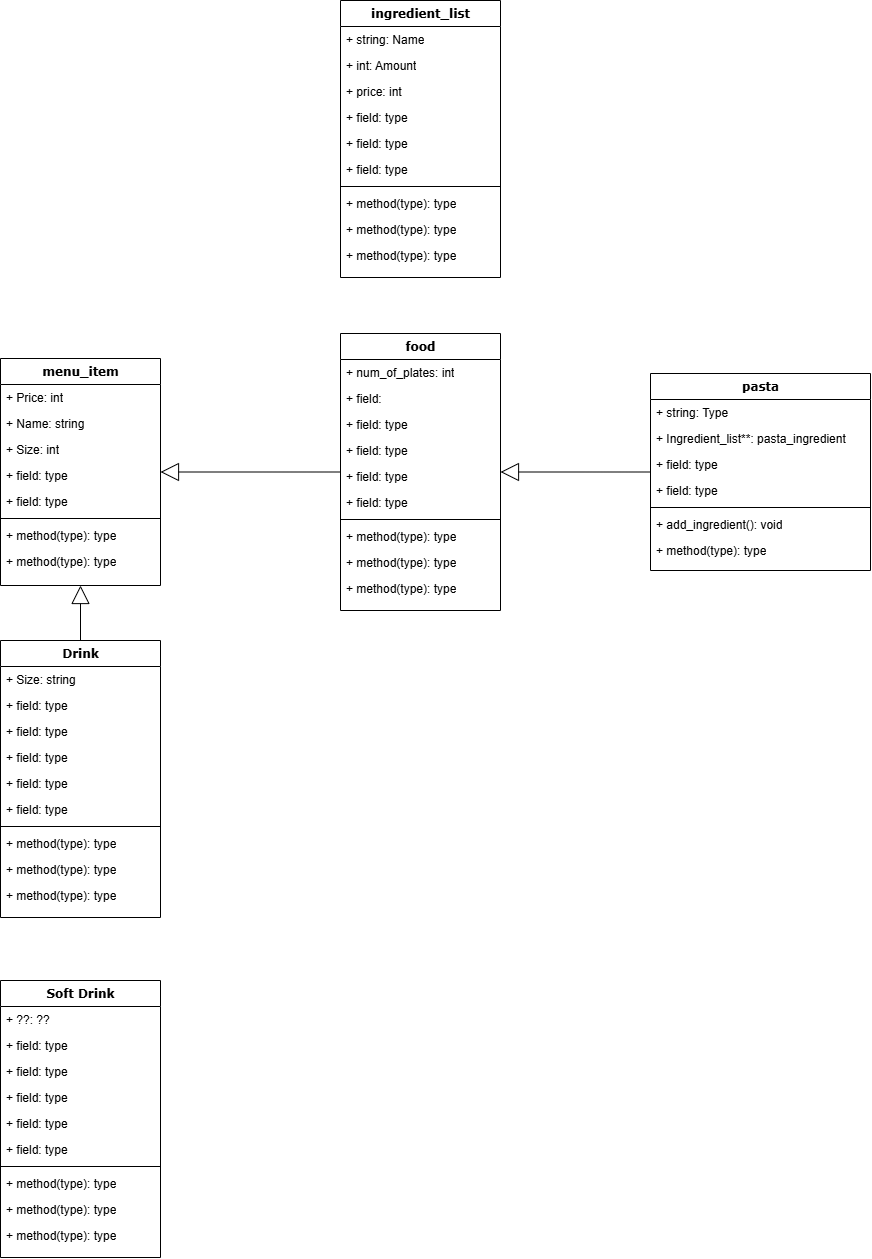
This is UML.png from SohamA12345/Project, a draw.io export, as it was before one commit. Source tidied: cells renumbered, new cells last; positions are measured from the earlier drawing's top-left corner, leaving out a move shared by most shapes.
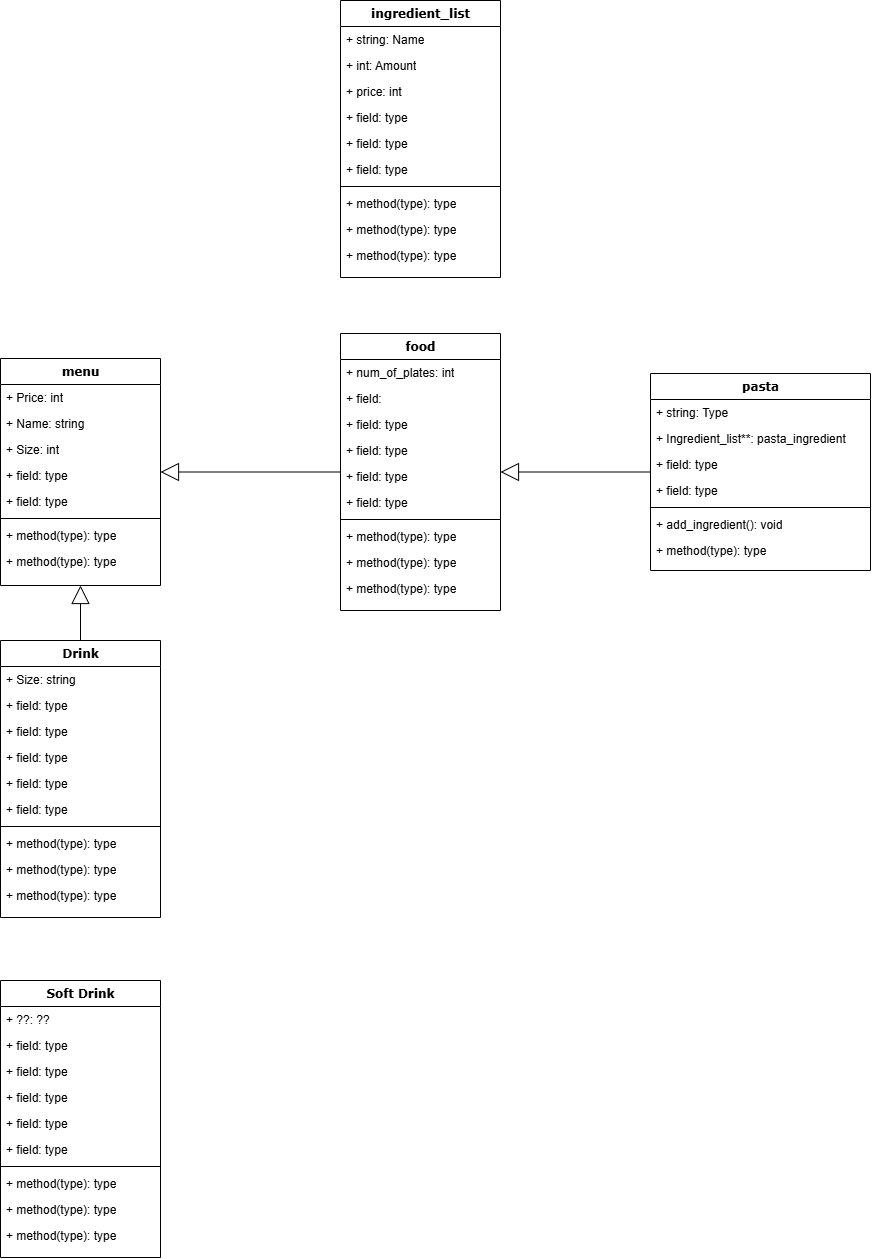
After the change.

What changed in the source:
```diff
@@ -2,7 +2,7 @@
   <root>
     <mxCell id="0" />
     <mxCell id="1" parent="0" />
-    <mxCell id="2" value="&lt;div&gt;menu_item&lt;br&gt;&lt;/div&gt;" style="swimlane;html=1;fontStyle=1;align=center;verticalAlign=top;horizontal=1;startSize=26;swimlaneFillColor=#ffffff;rounded=0;shadow=0;comic=0;labelBackgroundColor=none;strokeWidth=1;fillColor=none;fontFamily=Verdana;fontSize=12;" parent="1" vertex="1">
+    <mxCell id="2" value="&lt;div&gt;menu&lt;br&gt;&lt;/div&gt;" style="swimlane;html=1;fontStyle=1;align=center;verticalAlign=top;horizontal=1;startSize=26;swimlaneFillColor=#ffffff;rounded=0;shadow=0;comic=0;labelBackgroundColor=none;strokeWidth=1;fillColor=none;fontFamily=Verdana;fontSize=12;" parent="1" vertex="1">
       <mxGeometry y="358" width="160" height="227" as="geometry" />
     </mxCell>
     <mxCell id="3" value="+ Price: int" style="text;html=1;strokeColor=none;fillColor=none;align=left;verticalAlign=top;spacingLeft=4;spacingRight=4;whiteSpace=wrap;overflow=hidden;" parent="2" vertex="1">
```
